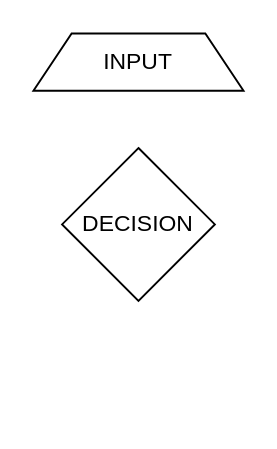
Above: page "Page-1" (1 of 2) of Untitled Diagram.drawio in barremans/barremans (draw.io), before the change. Source tidied: cells renumbered, new cells numbered last; positions are measured from the earlier drawing's top-left corner, leaving out a move shared by most shapes. Both pictures are drawn from the tidied source at 191%, with x=0, y=0 at pixel (32, 32).
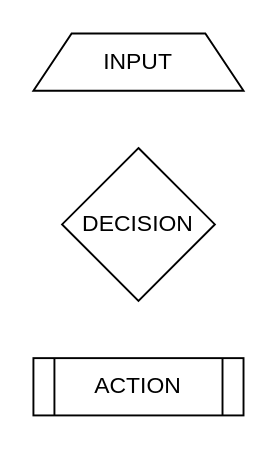
The same page after the edit.

The edit, as a diff of the source:
```diff
@@
 <mxGraphModel>
   <root>
     <mxCell id="0" />
     <mxCell id="1" parent="0" />
     <mxCell id="2" value="INPUT" style="shape=trapezoid;perimeter=trapezoidPerimeter;whiteSpace=wrap;html=1;fixedSize=1;" parent="1" vertex="1">
       <mxGeometry width="110" height="30" as="geometry" />
     </mxCell>
     <mxCell id="3" value="DECISION" style="rhombus;whiteSpace=wrap;html=1;" parent="1" vertex="1">
       <mxGeometry x="15" y="60" width="80" height="80" as="geometry" />
     </mxCell>
+    <mxCell id="4" value="ACTION" style="shape=process;whiteSpace=wrap;html=1;backgroundOutline=1;" parent="1" vertex="1">
+      <mxGeometry y="170" width="110" height="30" as="geometry" />
+    </mxCell>
   </root>
 </mxGraphModel>
```
